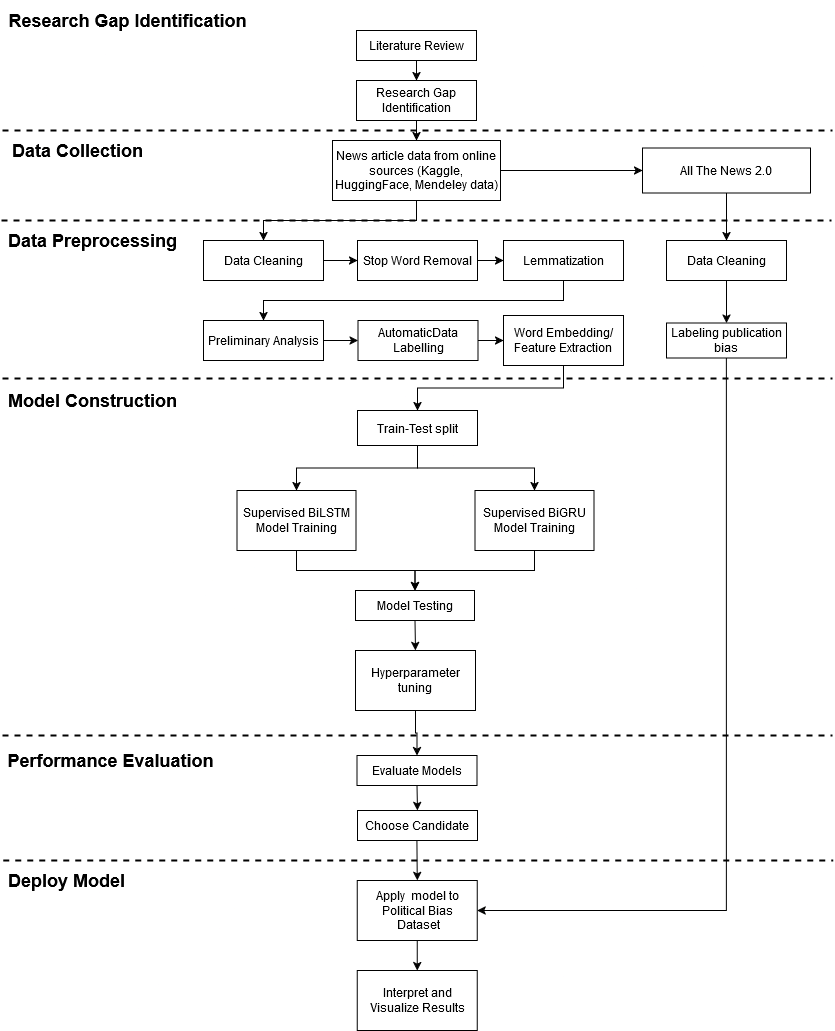
drshahizan/research-design keeps this draw.io diagram as proposal/proposal24251/alxtan/img/diagram.png. Above is the earlier version. Source tidied: cells renumbered, new cells last; positions are measured from the earlier drawing's top-left corner, leaving out a move shared by most shapes.
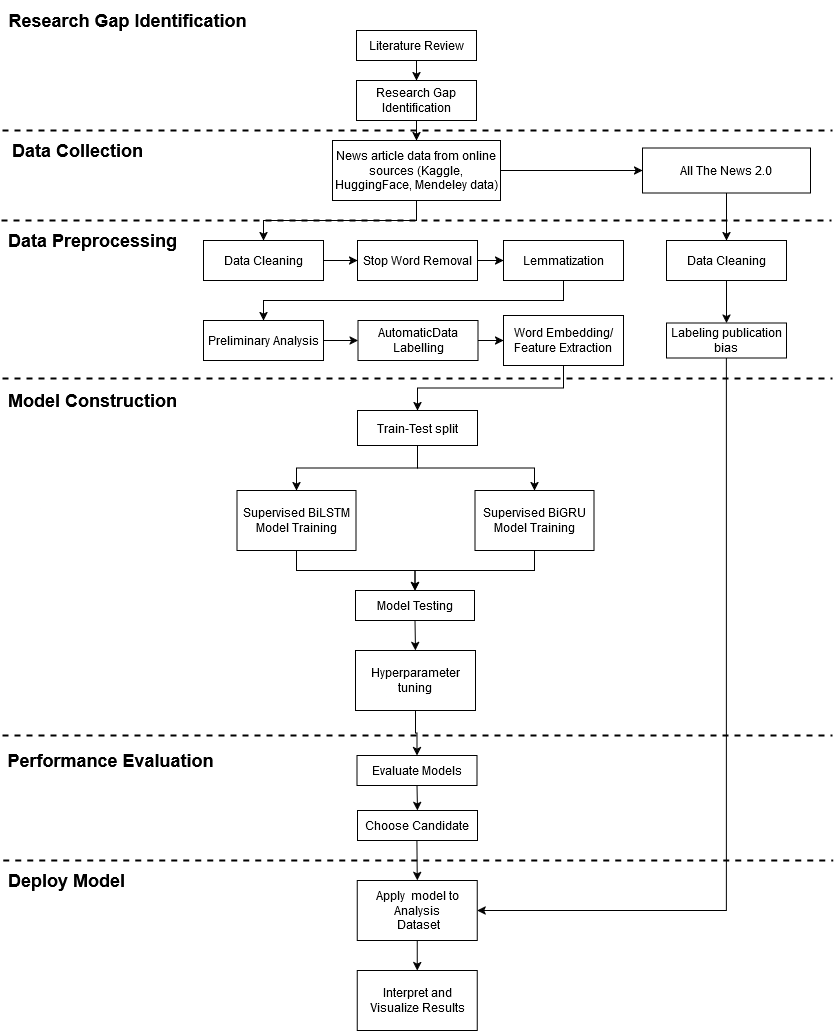
The same diagram one commit later.

Commit message:
(Now actually new file)

Diff of the diagram source:
```diff
@@ -154,7 +154,7 @@
     <mxCell id="46" style="edgeStyle=orthogonalEdgeStyle;rounded=0;jettySize=auto;html=1;exitX=0.5;exitY=1;exitDx=0;exitDy=0;entryX=0.5;entryY=0;entryDx=0;entryDy=0;" parent="1" edge="1" source="47" target="48">
       <mxGeometry relative="1" as="geometry" />
     </mxCell>
-    <mxCell id="47" value="&lt;div&gt;Apply&amp;nbsp; model to Political Bias&lt;/div&gt;&lt;div&gt;&amp;nbsp;Dataset&lt;/div&gt;" style="rounded=0;whiteSpace=wrap;html=1;" parent="1" vertex="1">
+    <mxCell id="47" value="&lt;div&gt;Apply&amp;nbsp; model to Analysis&lt;/div&gt;&lt;div&gt;&amp;nbsp;Dataset&lt;/div&gt;" style="rounded=0;whiteSpace=wrap;html=1;" parent="1" vertex="1">
       <mxGeometry x="356.8" y="880" width="120" height="60" as="geometry" />
     </mxCell>
     <mxCell id="48" value="&lt;div&gt;Interpret and Visualize Results&lt;/div&gt;" style="rounded=0;whiteSpace=wrap;html=1;" parent="1" vertex="1">
```
